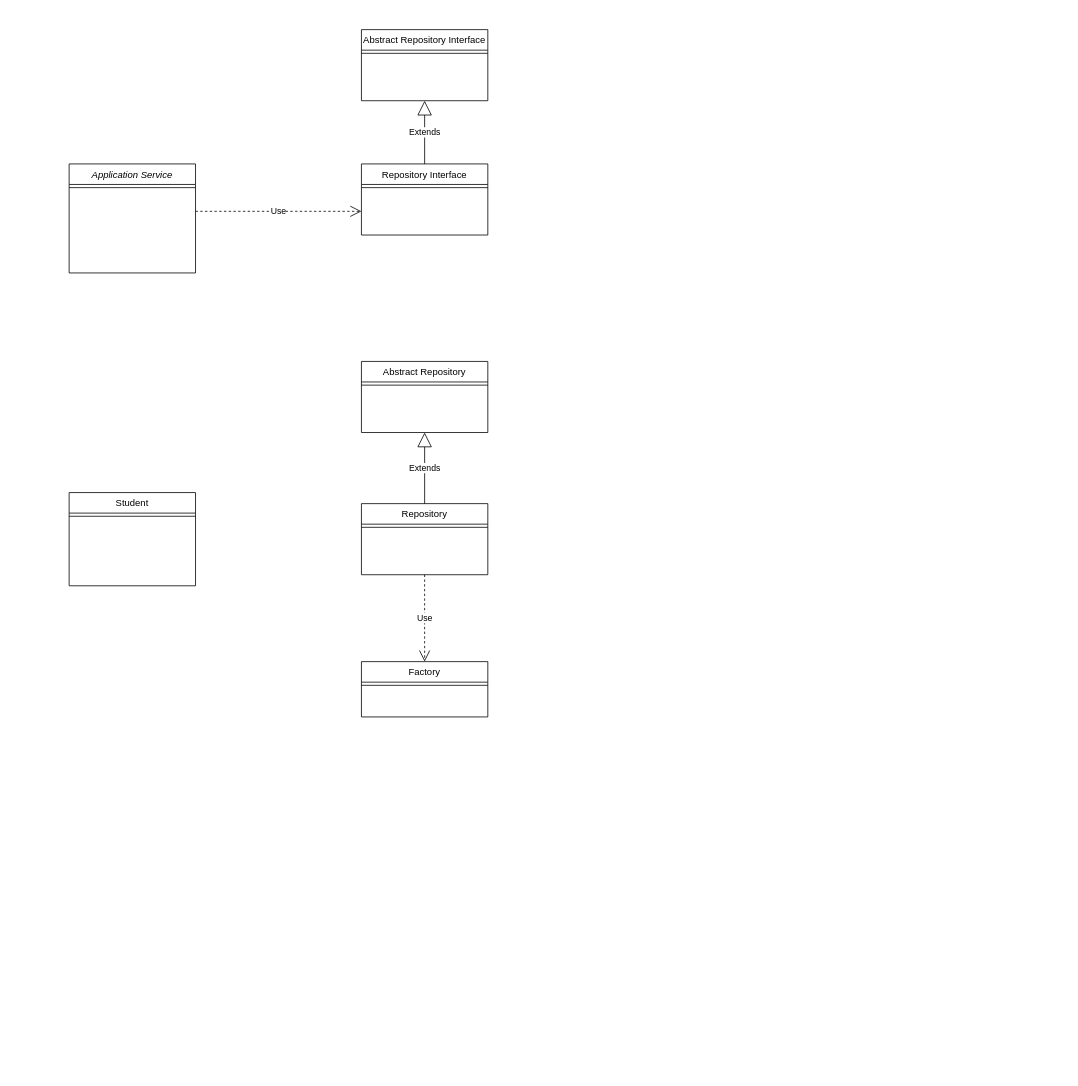
Earlier version of the draw.io diagram DDD.drawio (franck-gaspoz/DDD). Source tidied: cells renumbered, new cells numbered last; positions are measured from the earlier drawing's top-left corner, leaving out a move shared by most shapes. Both pictures are drawn from the tidied source at 79%, with x=0, y=0 at pixel (69, 29).
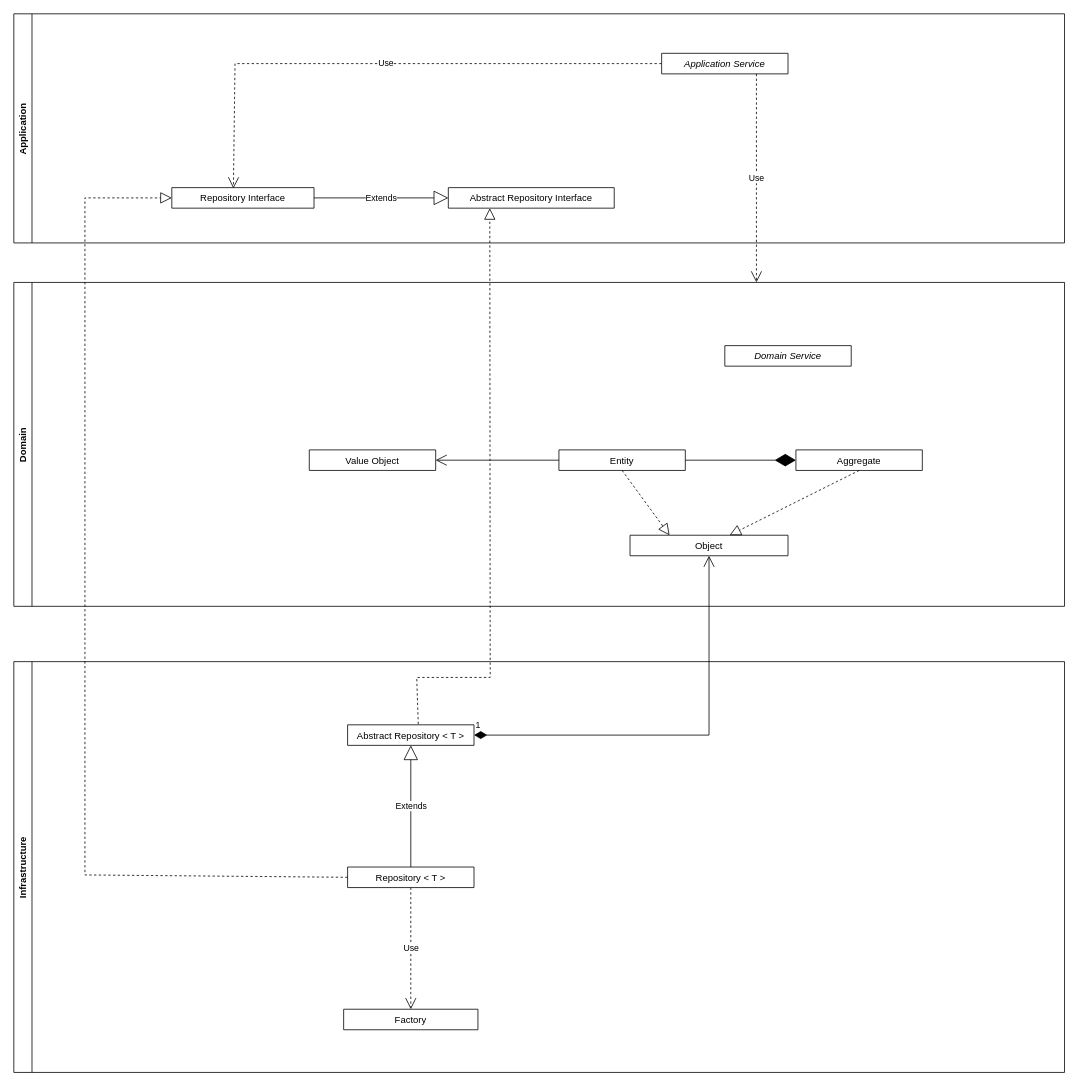
After the change.

Commit message:
Mettre à jour DDD.drawio

Diff of the diagram source:
```diff
@@
+    <mxCell id="20" value="Application" style="swimlane;horizontal=0;" parent="1" vertex="1">
+      <mxGeometry x="-70" y="-20" width="1330" height="290" as="geometry" />
+    </mxCell>
+    <mxCell id="8" value="Repository Interface" style="swimlane;fontStyle=0;align=center;verticalAlign=top;horizontal=1;startSize=26;rounded=0;shadow=0;strokeWidth=1;" parent="20" vertex="1" collapsed="1">
+      <mxGeometry x="200" y="220" width="180" height="26" as="geometry" />
+    </mxCell>
+    <mxCell id="10" value="Abstract Repository Interface" style="swimlane;fontStyle=0;align=center;verticalAlign=top;horizontal=1;startSize=26;rounded=0;shadow=0;strokeWidth=1;" parent="20" vertex="1" collapsed="1">
+      <mxGeometry x="550" y="220" width="210" height="26" as="geometry" />
+    </mxCell>
+    <mxCell id="17" value="Extends" style="endArrow=block;endSize=16;endFill=0;html=1;rounded=0;exitX=1;exitY=0.5;exitDx=0;exitDy=0;entryX=0;entryY=0.5;entryDx=0;entryDy=0;" parent="20" edge="1" source="8" target="10">
+      <mxGeometry relative="1" as="geometry" />
+    </mxCell>
+    <mxCell id="19" value="Use" style="endArrow=open;endSize=12;dashed=1;html=1;rounded=0;exitX=0;exitY=0.5;exitDx=0;exitDy=0;entryX=0.433;entryY=0.038;entryDx=0;entryDy=0;entryPerimeter=0;" parent="20" edge="1" source="2" target="8">
+      <mxGeometry relative="1" as="geometry">
+        <Array as="points">
+          <mxPoint x="280" y="63" />
+        </Array>
+      </mxGeometry>
+    </mxCell>
-    <mxCell id="2" value="Application Service" style="swimlane;fontStyle=2;align=center;verticalAlign=top;horizontal=1;startSize=26;rounded=0;shadow=0;strokeWidth=1;" parent="1" vertex="1">
-      <mxGeometry y="170" width="160" height="138" as="geometry" />
+    <mxCell id="2" value="Application Service" style="swimlane;fontStyle=2;align=center;verticalAlign=top;horizontal=1;startSize=26;rounded=0;shadow=0;strokeWidth=1;" parent="20" vertex="1" collapsed="1">
+      <mxGeometry x="820" y="50" width="160" height="26" as="geometry" />
     </mxCell>
-    <mxCell id="3" style="line;html=1;strokeWidth=1;align=left;verticalAlign=middle;spacingTop=-1;spacingLeft=3;spacingRight=3;labelPosition=right;" parent="2" vertex="1">
-      <mxGeometry y="26" width="160" height="8" as="geometry" />
-    </mxCell>
+    <mxCell id="21" value="Domain" style="swimlane;horizontal=0;" parent="1" vertex="1">
+      <mxGeometry x="-70" y="320" width="1330" height="410" as="geometry" />
+    </mxCell>
-    <mxCell id="4" value="Student" style="swimlane;fontStyle=0;align=center;verticalAlign=top;horizontal=1;startSize=26;rounded=0;shadow=0;strokeWidth=1;" parent="1" vertex="1">
-      <mxGeometry y="586" width="160" height="118" as="geometry" />
+    <mxCell id="4" value="Entity" style="swimlane;fontStyle=0;align=center;verticalAlign=top;horizontal=1;startSize=26;rounded=0;shadow=0;strokeWidth=1;" parent="21" vertex="1" collapsed="1">
+      <mxGeometry x="690" y="212" width="160" height="26" as="geometry" />
     </mxCell>
-    <mxCell id="5" style="line;html=1;strokeWidth=1;align=left;verticalAlign=middle;spacingTop=-1;spacingLeft=3;spacingRight=3;labelPosition=right;" parent="4" vertex="1">
-      <mxGeometry y="26" width="160" height="8" as="geometry" />
-    </mxCell>
+    <mxCell id="22" value="Value Object" style="swimlane;fontStyle=0;align=center;verticalAlign=top;horizontal=1;startSize=26;rounded=0;shadow=0;strokeWidth=1;" parent="21" vertex="1" collapsed="1">
+      <mxGeometry x="374" y="212" width="160" height="26" as="geometry" />
+    </mxCell>
+    <mxCell id="23" value="Aggregate" style="swimlane;fontStyle=0;align=center;verticalAlign=top;horizontal=1;startSize=26;rounded=0;shadow=0;strokeWidth=1;" parent="21" vertex="1" collapsed="1">
+      <mxGeometry x="990" y="212" width="160" height="26" as="geometry" />
+    </mxCell>
+    <mxCell id="24" value="Domain Service" style="swimlane;fontStyle=2;align=center;verticalAlign=top;horizontal=1;startSize=26;rounded=0;shadow=0;strokeWidth=1;" parent="21" vertex="1" collapsed="1">
+      <mxGeometry x="900" y="80" width="160" height="26" as="geometry" />
+    </mxCell>
+    <mxCell id="25" value="Object" style="swimlane;fontStyle=0;align=center;verticalAlign=top;horizontal=1;startSize=26;rounded=0;shadow=0;strokeWidth=1;" parent="21" vertex="1" collapsed="1">
+      <mxGeometry x="780" y="320" width="200" height="26" as="geometry" />
+    </mxCell>
+    <mxCell id="26" style="endArrow=block;dashed=1;endFill=0;endSize=12;html=1;rounded=0;entryX=0.25;entryY=0;entryDx=0;entryDy=0;exitX=0.5;exitY=1;exitDx=0;exitDy=0;" parent="21" edge="1" source="4" target="25">
+      <mxGeometry relative="1" as="geometry" />
+    </mxCell>
+    <mxCell id="27" style="endArrow=block;dashed=1;endFill=0;endSize=12;html=1;rounded=0;exitX=0.5;exitY=1;exitDx=0;exitDy=0;" parent="21" edge="1" source="23" target="25">
+      <mxGeometry relative="1" as="geometry" />
+    </mxCell>
+    <mxCell id="28" style="endArrow=diamondThin;endFill=1;endSize=24;html=1;rounded=0;entryX=0;entryY=0.5;entryDx=0;entryDy=0;exitX=1;exitY=0.5;exitDx=0;exitDy=0;" parent="21" edge="1" source="4" target="23">
+      <mxGeometry relative="1" as="geometry" />
+    </mxCell>
+    <mxCell id="29" style="endArrow=open;endFill=1;endSize=12;html=1;rounded=0;exitX=0;exitY=0.5;exitDx=0;exitDy=0;entryX=1;entryY=0.5;entryDx=0;entryDy=0;" parent="21" edge="1" source="4" target="22">
+      <mxGeometry relative="1" as="geometry" />
+    </mxCell>
+    <mxCell id="30" value="Infrastructure" style="swimlane;horizontal=0;" parent="1" vertex="1">
+      <mxGeometry x="-70" y="800" width="1330" height="520" as="geometry" />
+    </mxCell>
-    <mxCell id="6" value="Factory" style="swimlane;fontStyle=0;align=center;verticalAlign=top;horizontal=1;startSize=26;rounded=0;shadow=0;strokeWidth=1;" parent="1" vertex="1">
-      <mxGeometry x="370" y="800" width="160" height="70" as="geometry" />
+    <mxCell id="6" value="Factory" style="swimlane;fontStyle=0;align=center;verticalAlign=top;horizontal=1;startSize=26;rounded=0;shadow=0;strokeWidth=1;" parent="30" vertex="1" collapsed="1">
+      <mxGeometry x="417.5" y="440" width="170" height="26" as="geometry" />
     </mxCell>
-    <mxCell id="7" style="line;html=1;strokeWidth=1;align=left;verticalAlign=middle;spacingTop=-1;spacingLeft=3;spacingRight=3;labelPosition=right;" parent="6" vertex="1">
-      <mxGeometry y="26" width="160" height="8" as="geometry" />
-    </mxCell>
-    <mxCell id="8" value="Repository Interface" style="swimlane;fontStyle=0;align=center;verticalAlign=top;horizontal=1;startSize=26;rounded=0;shadow=0;strokeWidth=1;" parent="1" vertex="1">
-      <mxGeometry x="370" y="170" width="160" height="90" as="geometry" />
-    </mxCell>
-    <mxCell id="9" style="line;html=1;strokeWidth=1;align=left;verticalAlign=middle;spacingTop=-1;spacingLeft=3;spacingRight=3;labelPosition=right;" parent="8" vertex="1">
-      <mxGeometry y="26" width="160" height="8" as="geometry" />
-    </mxCell>
-    <mxCell id="10" value="Abstract Repository Interface" style="swimlane;fontStyle=0;align=center;verticalAlign=top;horizontal=1;startSize=26;rounded=0;shadow=0;strokeWidth=1;" parent="1" vertex="1">
-      <mxGeometry x="370" width="160" height="90" as="geometry" />
-    </mxCell>
-    <mxCell id="11" style="line;html=1;strokeWidth=1;align=left;verticalAlign=middle;spacingTop=-1;spacingLeft=3;spacingRight=3;labelPosition=right;" parent="10" vertex="1">
-      <mxGeometry y="26" width="160" height="8" as="geometry" />
-    </mxCell>
-    <mxCell id="12" value="Abstract Repository" style="swimlane;fontStyle=0;align=center;verticalAlign=top;horizontal=1;startSize=26;rounded=0;shadow=0;strokeWidth=1;" parent="1" vertex="1">
-      <mxGeometry x="370" y="420" width="160" height="90" as="geometry" />
+    <mxCell id="12" value="Abstract Repository &lt; T &gt;" style="swimlane;fontStyle=0;align=center;verticalAlign=top;horizontal=1;startSize=26;rounded=0;shadow=0;strokeWidth=1;" parent="30" vertex="1" collapsed="1">
+      <mxGeometry x="422.5" y="80" width="160" height="26" as="geometry" />
     </mxCell>
-    <mxCell id="13" style="line;html=1;strokeWidth=1;align=left;verticalAlign=middle;spacingTop=-1;spacingLeft=3;spacingRight=3;labelPosition=right;" parent="12" vertex="1">
-      <mxGeometry y="26" width="160" height="8" as="geometry" />
-    </mxCell>
-    <mxCell id="14" value="Repository" style="swimlane;fontStyle=0;align=center;verticalAlign=top;horizontal=1;startSize=26;rounded=0;shadow=0;strokeWidth=1;" parent="1" vertex="1">
-      <mxGeometry x="370" y="600" width="160" height="90" as="geometry" />
+    <mxCell id="14" value="Repository &lt; T &gt;" style="swimlane;fontStyle=0;align=center;verticalAlign=top;horizontal=1;startSize=26;rounded=0;shadow=0;strokeWidth=1;" parent="30" vertex="1" collapsed="1">
+      <mxGeometry x="422.5" y="260" width="160" height="26" as="geometry" />
     </mxCell>
-    <mxCell id="15" style="line;html=1;strokeWidth=1;align=left;verticalAlign=middle;spacingTop=-1;spacingLeft=3;spacingRight=3;labelPosition=right;" parent="14" vertex="1">
-      <mxGeometry y="26" width="160" height="8" as="geometry" />
-    </mxCell>
-    <mxCell id="16" value="Extends" style="endArrow=block;endSize=16;endFill=0;html=1;rounded=0;exitX=0.5;exitY=0;exitDx=0;exitDy=0;entryX=0.5;entryY=1;entryDx=0;entryDy=0;" parent="1" edge="1" source="14" target="12">
+    <mxCell id="16" value="Extends" style="endArrow=block;endSize=16;endFill=0;html=1;rounded=0;exitX=0.5;exitY=0;exitDx=0;exitDy=0;entryX=0.5;entryY=1;entryDx=0;entryDy=0;" parent="30" edge="1" source="14" target="12">
       <mxGeometry relative="1" as="geometry" />
     </mxCell>
-    <mxCell id="17" value="Extends" style="endArrow=block;endSize=16;endFill=0;html=1;rounded=0;exitX=0.5;exitY=0;exitDx=0;exitDy=0;entryX=0.5;entryY=1;entryDx=0;entryDy=0;" parent="1" edge="1" source="8" target="10">
-      <mxGeometry relative="1" as="geometry" />
-    </mxCell>
-    <mxCell id="18" value="Use" style="endArrow=open;endSize=12;dashed=1;html=1;rounded=0;exitX=0.5;exitY=1;exitDx=0;exitDy=0;entryX=0.5;entryY=0;entryDx=0;entryDy=0;" parent="1" edge="1" source="14" target="6">
+    <mxCell id="18" value="Use" style="endArrow=open;endSize=12;dashed=1;html=1;rounded=0;exitX=0.5;exitY=1;exitDx=0;exitDy=0;entryX=0.5;entryY=0;entryDx=0;entryDy=0;" parent="30" edge="1" source="14" target="6">
       <mxGeometry relative="1" as="geometry" />
     </mxCell>
-    <mxCell id="19" value="Use" style="endArrow=open;endSize=12;dashed=1;html=1;rounded=0;" parent="1" edge="1">
-      <mxGeometry relative="1" as="geometry">
-        <mxPoint x="160" y="230" as="sourcePoint" />
-        <mxPoint x="370" y="230" as="targetPoint" />
-      </mxGeometry>
-    </mxCell>
+    <mxCell id="31" value="1" style="endArrow=open;html=1;endSize=12;startArrow=diamondThin;startSize=14;startFill=1;edgeStyle=orthogonalEdgeStyle;align=left;verticalAlign=bottom;rounded=0;exitX=1;exitY=0.5;exitDx=0;exitDy=0;entryX=0.5;entryY=1;entryDx=0;entryDy=0;" parent="1" edge="1" source="12" target="25">
+      <mxGeometry x="-1" y="3" relative="1" as="geometry" />
+    </mxCell>
+    <mxCell id="32" style="endArrow=block;dashed=1;endFill=0;endSize=12;html=1;rounded=0;exitX=0.559;exitY=-0.038;exitDx=0;exitDy=0;exitPerimeter=0;entryX=0.25;entryY=1;entryDx=0;entryDy=0;" parent="1" edge="1" source="12" target="10">
+      <mxGeometry relative="1" as="geometry">
+        <Array as="points">
+          <mxPoint x="440" y="820" />
+          <mxPoint x="533" y="820" />
+        </Array>
+      </mxGeometry>
+    </mxCell>
+    <mxCell id="33" style="endArrow=block;dashed=1;endFill=0;endSize=12;html=1;rounded=0;exitX=0;exitY=0.5;exitDx=0;exitDy=0;entryX=0;entryY=0.5;entryDx=0;entryDy=0;" parent="1" edge="1" source="14" target="8">
+      <mxGeometry relative="1" as="geometry">
+        <Array as="points">
+          <mxPoint x="20" y="1070" />
+          <mxPoint x="20" y="213" />
+        </Array>
+      </mxGeometry>
+    </mxCell>
+    <mxCell id="34" value="Use" style="endArrow=open;endSize=12;dashed=1;html=1;rounded=0;exitX=0.75;exitY=1;exitDx=0;exitDy=0;" parent="1" edge="1" source="2">
+      <mxGeometry relative="1" as="geometry">
+        <mxPoint x="870" y="320" as="targetPoint" />
+      </mxGeometry>
+    </mxCell>
```
